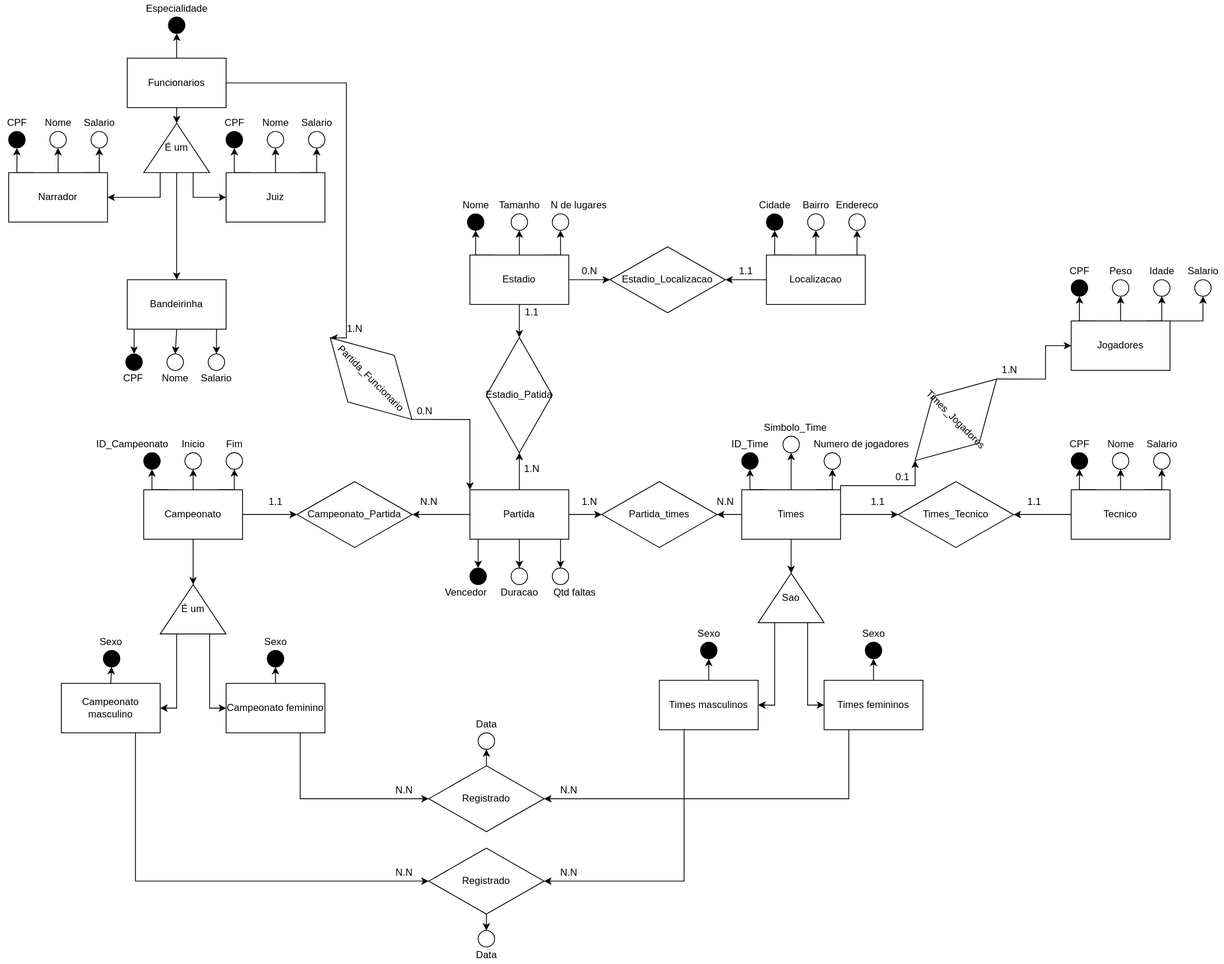
The draw.io diagram Diagrama Modelo Entidade-Relacionamento Campeonato Futebol.drawio.svg in Gabriel-Bueno32/BD1, before a commit. Source tidied: cells renumbered, new cells last; positions are measured from the earlier drawing's top-left corner, leaving out a move shared by most shapes.
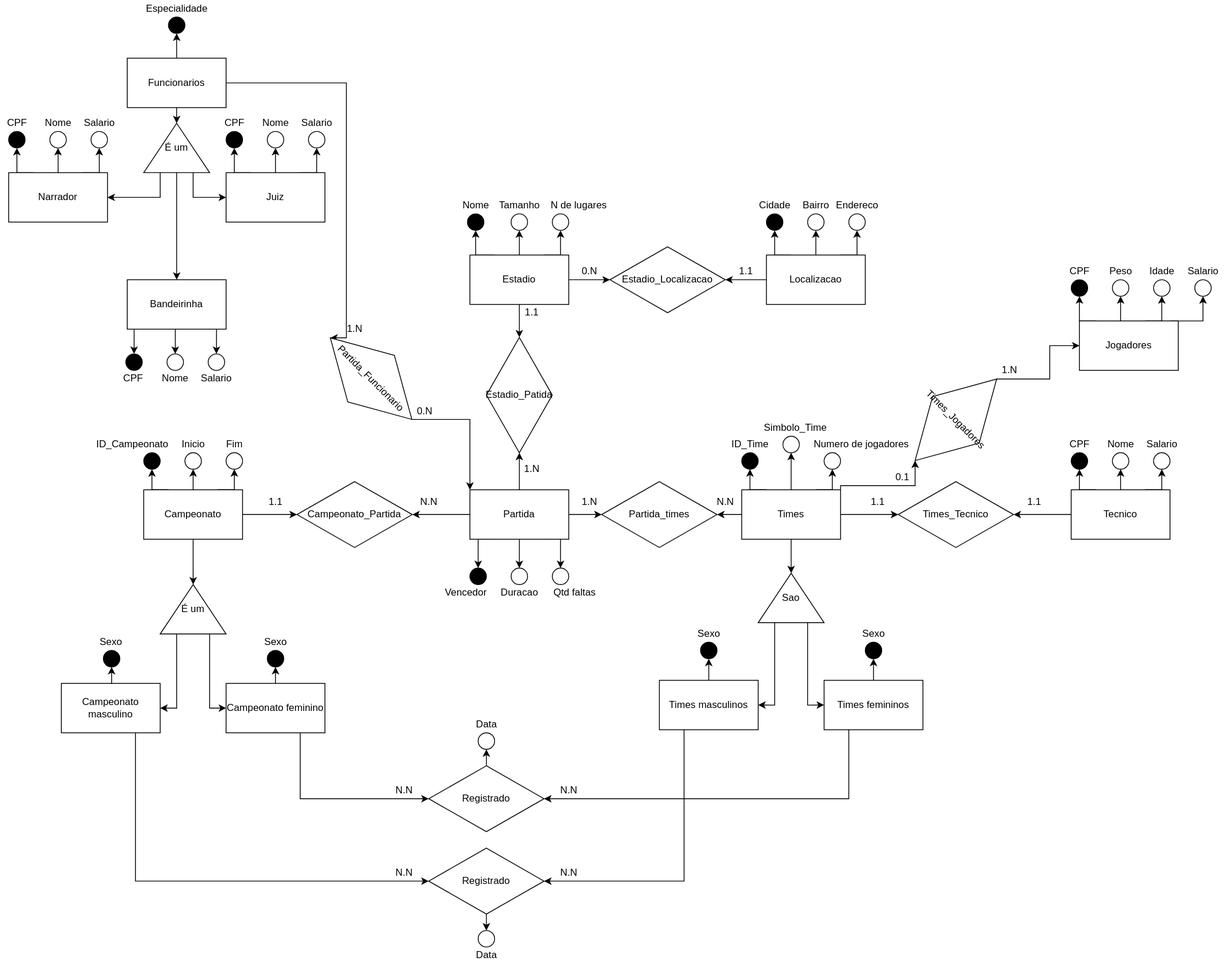
After the commit.

The edit, as a diff of the source:
```diff
@@ -529,25 +529,29 @@
     <mxCell id="169" value="Times_Jogadores" style="rhombus;whiteSpace=wrap;html=1;rotation=45;direction=south;" parent="1" vertex="1">
       <mxGeometry x="1120" y="439" width="80" height="140" as="geometry" />
     </mxCell>
-    <mxCell id="170" style="edgeStyle=orthogonalEdgeStyle;rounded=0;jettySize=auto;html=1;exitX=0.25;exitY=0;exitDx=0;exitDy=0;entryX=0.5;entryY=1;entryDx=0;entryDy=0;" parent="1" edge="1" source="174" target="175">
-      <mxGeometry relative="1" as="geometry" />
+    <mxCell id="170" style="edgeStyle=orthogonalEdgeStyle;rounded=0;jettySize=auto;html=1;exitX=0.25;exitY=0;exitDx=0;exitDy=0;entryX=0.5;entryY=1;entryDx=0;entryDy=0;" parent="1" edge="1" target="175">
+      <mxGeometry relative="1" as="geometry">
+        <mxPoint x="1330" y="389" as="sourcePoint" />
+      </mxGeometry>
     </mxCell>
-    <mxCell id="171" style="edgeStyle=orthogonalEdgeStyle;rounded=0;jettySize=auto;html=1;exitX=0.5;exitY=0;exitDx=0;exitDy=0;entryX=0.5;entryY=1;entryDx=0;entryDy=0;" parent="1" edge="1" source="174" target="177">
-      <mxGeometry relative="1" as="geometry" />
+    <mxCell id="171" style="edgeStyle=orthogonalEdgeStyle;rounded=0;jettySize=auto;html=1;exitX=0.5;exitY=0;exitDx=0;exitDy=0;entryX=0.5;entryY=1;entryDx=0;entryDy=0;" parent="1" edge="1" target="177">
+      <mxGeometry relative="1" as="geometry">
+        <mxPoint x="1360" y="389" as="sourcePoint" />
+      </mxGeometry>
     </mxCell>
-    <mxCell id="172" style="edgeStyle=orthogonalEdgeStyle;rounded=0;jettySize=auto;html=1;exitX=0.75;exitY=0;exitDx=0;exitDy=0;entryX=0.5;entryY=1;entryDx=0;entryDy=0;" parent="1" edge="1" source="174" target="179">
-      <mxGeometry relative="1" as="geometry" />
+    <mxCell id="172" style="edgeStyle=orthogonalEdgeStyle;rounded=0;jettySize=auto;html=1;exitX=0.75;exitY=0;exitDx=0;exitDy=0;entryX=0.5;entryY=1;entryDx=0;entryDy=0;" parent="1" edge="1" target="179">
+      <mxGeometry relative="1" as="geometry">
+        <mxPoint x="1390" y="389" as="sourcePoint" />
+      </mxGeometry>
     </mxCell>
-    <mxCell id="173" style="edgeStyle=orthogonalEdgeStyle;rounded=0;jettySize=auto;html=1;exitX=1;exitY=0;exitDx=0;exitDy=0;entryX=0.5;entryY=1;entryDx=0;entryDy=0;" parent="1" edge="1" source="174" target="187">
+    <mxCell id="173" style="edgeStyle=orthogonalEdgeStyle;rounded=0;jettySize=auto;html=1;exitX=1;exitY=0;exitDx=0;exitDy=0;entryX=0.5;entryY=1;entryDx=0;entryDy=0;" parent="1" edge="1" target="187">
       <mxGeometry relative="1" as="geometry">
+        <mxPoint x="1420" y="389" as="sourcePoint" />
         <Array as="points">
           <mxPoint x="1460" y="389" />
         </Array>
       </mxGeometry>
     </mxCell>
-    <mxCell id="174" value="Jogadores" style="rounded=0;whiteSpace=wrap;html=1;fillColor=none;" parent="1" vertex="1">
-      <mxGeometry x="1300" y="389" width="120" height="60" as="geometry" />
-    </mxCell>
     <mxCell id="175" value="&lt;span style=&quot;color: rgba(0 , 0 , 0 , 0) ; font-family: monospace ; font-size: 0px&quot;&gt;%3CmxGraphModel%3E%3Croot%3E%3CmxCell%20id%3D%220%22%2F%3E%3CmxCell%20id%3D%221%22%20parent%3D%220%22%2F%3E%3CmxCell%20id%3D%222%22%20value%3D%22%22%20style%3D%22ellipse%3BwhiteSpace%3Dwrap%3Bhtml%3D1%3Baspect%3Dfixed%3BfillColor%3Dnone%3B%22%20vertex%3D%221%22%20parent%3D%221%22%3E%3CmxGeometry%20x%3D%22860%22%20y%3D%22250%22%20width%3D%2220%22%20height%3D%2220%22%20as%3D%22geometry%22%2F%3E%3C%2FmxCell%3E%3C%2Froot%3E%3C%2FmxGraphModel%3E&lt;/span&gt;" style="ellipse;whiteSpace=wrap;html=1;fillColor=#000000;" parent="1" vertex="1">
       <mxGeometry x="1300" y="339" width="20" height="20" as="geometry" />
     </mxCell>
@@ -590,5 +594,8 @@
     <mxCell id="188" value="Salario" style="text;html=1;align=center;verticalAlign=middle;strokeColor=none;fillColor=none;" parent="1" vertex="1">
       <mxGeometry x="1435" y="319" width="50" height="20" as="geometry" />
     </mxCell>
+    <mxCell id="174" value="Jogadores" style="whiteSpace=wrap;html=1;" parent="1" vertex="1">
+      <mxGeometry x="1310" y="389" width="120" height="60" as="geometry" />
+    </mxCell>
   </root>
 </mxGraphModel>
```
